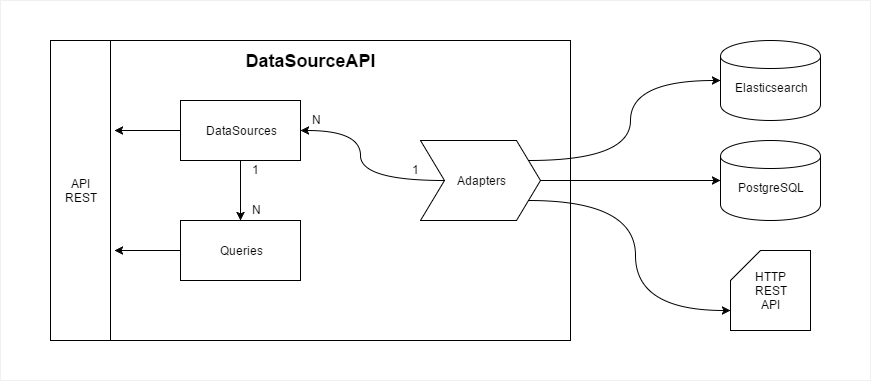
This is diagram.png from Logicalis/PolypusDatasources, a draw.io export, as it was before one commit. Source tidied: cells renumbered, new cells last; positions are measured from the earlier drawing's top-left corner, leaving out a move shared by most shapes. The source it was exported from:
```xml
<mxGraphModel>
  <root>
    <mxCell id="0" />
    <mxCell id="1" parent="0" />
    <mxCell id="2" style="whiteSpace=wrap;html=1;rounded=0;strokeColor=#F0F0F0;" parent="1" vertex="1">
      <mxGeometry width="870" height="380" as="geometry" />
    </mxCell>
    <mxCell id="3" value="&lt;div&gt;&lt;br&gt;&lt;/div&gt;Elasticsearch" style="shape=cylinder;whiteSpace=wrap;html=1;rounded=0;" parent="1" vertex="1">
      <mxGeometry x="720" y="40" width="100" height="80" as="geometry" />
    </mxCell>
    <mxCell id="4" value="&lt;div&gt;&lt;br&gt;&lt;/div&gt;PostgreSQL" style="shape=cylinder;whiteSpace=wrap;html=1;rounded=0;" parent="1" vertex="1">
      <mxGeometry x="720" y="140" width="100" height="80" as="geometry" />
    </mxCell>
    <mxCell id="5" value="HTTP&lt;br&gt;REST&lt;br&gt;API" style="shape=card;whiteSpace=wrap;html=1;rounded=0;" parent="1" vertex="1">
      <mxGeometry x="730" y="250" width="80" height="80" as="geometry" />
    </mxCell>
    <mxCell id="6" style="rounded=0;whiteSpace=wrap;html=1;" parent="1" vertex="1">
      <mxGeometry x="50" y="40" width="520" height="300" as="geometry" />
    </mxCell>
    <mxCell id="7" value="Adapters" style="shape=step;whiteSpace=wrap;html=1;rounded=0;" parent="1" vertex="1">
      <mxGeometry x="420" y="140" width="120" height="80" as="geometry" />
    </mxCell>
    <mxCell id="8" style="edgeStyle=orthogonalEdgeStyle;curved=1;rounded=0;html=1;exitX=0.9;exitY=0.25;exitPerimeter=0;entryX=0;entryY=0.5;jettySize=auto;" parent="1" edge="1" source="7" target="3">
      <mxGeometry relative="1" as="geometry">
        <Array as="points">
          <mxPoint x="630" y="160" />
          <mxPoint x="630" y="80" />
        </Array>
      </mxGeometry>
    </mxCell>
    <mxCell id="9" style="edgeStyle=orthogonalEdgeStyle;curved=1;rounded=0;html=1;exitX=1;exitY=0.5;exitPerimeter=0;entryX=0;entryY=0.5;jettySize=auto;" parent="1" edge="1" source="7" target="4">
      <mxGeometry relative="1" as="geometry" />
    </mxCell>
    <mxCell id="10" style="edgeStyle=orthogonalEdgeStyle;curved=1;rounded=0;html=1;exitX=0.9;exitY=0.75;exitPerimeter=0;entryX=0;entryY=0.75;jettySize=auto;" parent="1" edge="1" source="7" target="5">
      <mxGeometry relative="1" as="geometry" />
    </mxCell>
    <mxCell id="11" value="DataSources" style="rounded=0;whiteSpace=wrap;html=1;" parent="1" vertex="1">
      <mxGeometry x="180" y="100" width="120" height="60" as="geometry" />
    </mxCell>
    <mxCell id="12" value="Queries" style="rounded=0;whiteSpace=wrap;html=1;" parent="1" vertex="1">
      <mxGeometry x="180" y="220" width="120" height="60" as="geometry" />
    </mxCell>
    <mxCell id="13" value="API&lt;br&gt;REST" style="whiteSpace=wrap;html=1;rounded=0;" parent="1" vertex="1">
      <mxGeometry x="50" y="40" width="60" height="300" as="geometry" />
    </mxCell>
    <mxCell id="14" value="&lt;b&gt;&lt;font style=&quot;font-size: 18px&quot;&gt;DataSourceAPI&lt;/font&gt;&lt;/b&gt;" style="text;html=1;strokeColor=none;fillColor=none;align=center;verticalAlign=middle;whiteSpace=wrap;rounded=0;" parent="1" vertex="1">
      <mxGeometry x="290" y="50" width="40" height="20" as="geometry" />
    </mxCell>
    <mxCell id="15" style="edgeStyle=orthogonalEdgeStyle;curved=1;rounded=0;html=1;exitX=0.2;exitY=0.5;exitPerimeter=0;entryX=1;entryY=0.5;jettySize=auto;" parent="1" edge="1" source="7" target="11">
      <mxGeometry relative="1" as="geometry" />
    </mxCell>
    <mxCell id="16" style="edgeStyle=orthogonalEdgeStyle;curved=1;rounded=0;html=1;exitX=0.5;exitY=1;jettySize=auto;" parent="1" edge="1" source="11" target="12">
      <mxGeometry relative="1" as="geometry" />
    </mxCell>
    <mxCell id="17" style="edgeStyle=none;rounded=0;html=1;exitX=0;exitY=0.5;entryX=1.067;entryY=0.3;entryPerimeter=0;jettySize=auto;" parent="1" edge="1" source="11" target="13">
      <mxGeometry relative="1" as="geometry" />
    </mxCell>
    <mxCell id="18" style="edgeStyle=none;rounded=0;html=1;exitX=0;exitY=0.5;entryX=1.067;entryY=0.7;entryPerimeter=0;jettySize=auto;" parent="1" edge="1" source="12" target="13">
      <mxGeometry relative="1" as="geometry" />
    </mxCell>
    <mxCell id="19" value="1" style="text;html=1;align=left;verticalAlign=top;spacingTop=-4;" parent="1" vertex="1">
      <mxGeometry x="410" y="160" width="20" height="20" as="geometry" />
    </mxCell>
    <mxCell id="20" value="N" style="text;html=1;align=left;verticalAlign=top;spacingTop=-4;" parent="1" vertex="1">
      <mxGeometry x="310" y="110" width="20" height="20" as="geometry" />
    </mxCell>
    <mxCell id="21" value="1" style="text;html=1;align=left;verticalAlign=top;spacingTop=-4;" parent="1" vertex="1">
      <mxGeometry x="250" y="160" width="20" height="20" as="geometry" />
    </mxCell>
    <mxCell id="22" value="N" style="text;html=1;align=left;verticalAlign=top;spacingTop=-4;" parent="1" vertex="1">
      <mxGeometry x="250" y="200" width="20" height="20" as="geometry" />
    </mxCell>
  </root>
</mxGraphModel>
```
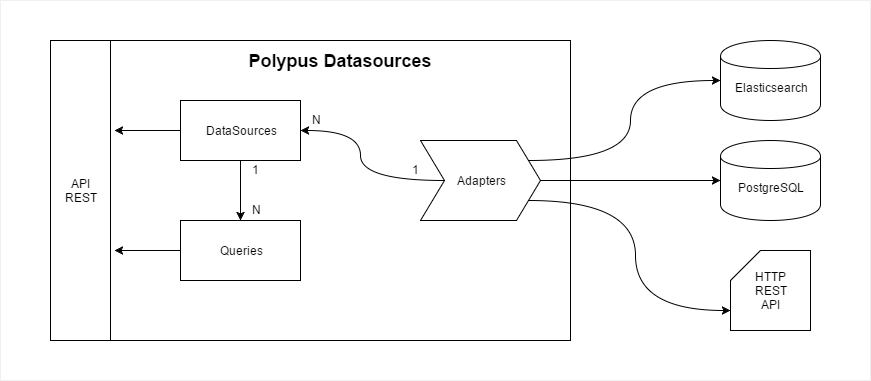
Above is the later version.

Diff of the diagram source:
```diff
@@ -43,8 +43,8 @@
     <mxCell id="13" value="API&lt;br&gt;REST" style="whiteSpace=wrap;html=1;rounded=0;" parent="1" vertex="1">
       <mxGeometry x="50" y="40" width="60" height="300" as="geometry" />
     </mxCell>
-    <mxCell id="14" value="&lt;b&gt;&lt;font style=&quot;font-size: 18px&quot;&gt;DataSourceAPI&lt;/font&gt;&lt;/b&gt;" style="text;html=1;strokeColor=none;fillColor=none;align=center;verticalAlign=middle;whiteSpace=wrap;rounded=0;" parent="1" vertex="1">
-      <mxGeometry x="290" y="50" width="40" height="20" as="geometry" />
+    <mxCell id="14" value="&lt;b&gt;&lt;font style=&quot;font-size: 18px&quot;&gt;Polypus Datasources&lt;/font&gt;&lt;/b&gt;" style="text;html=1;strokeColor=none;fillColor=none;align=center;verticalAlign=middle;whiteSpace=wrap;rounded=0;" parent="1" vertex="1">
+      <mxGeometry x="110" y="50" width="460" height="20" as="geometry" />
     </mxCell>
     <mxCell id="15" style="edgeStyle=orthogonalEdgeStyle;curved=1;rounded=0;html=1;exitX=0.2;exitY=0.5;exitPerimeter=0;entryX=1;entryY=0.5;jettySize=auto;" parent="1" edge="1" source="7" target="11">
       <mxGeometry relative="1" as="geometry" />
```
